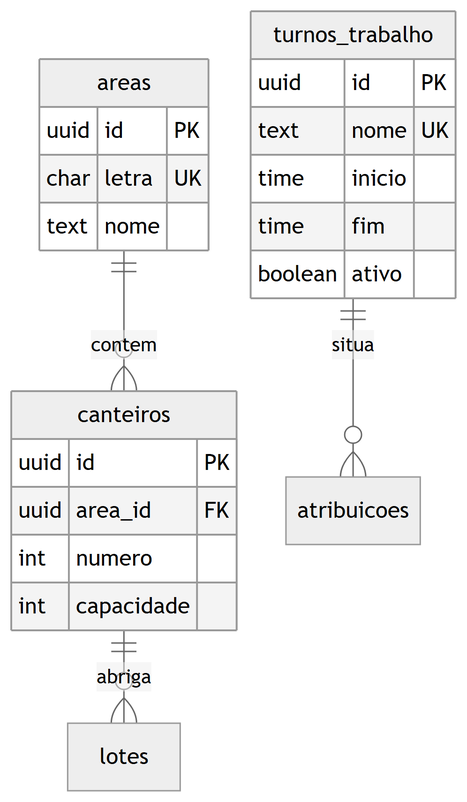
This is docs/engenharia/modelo-dados-pt/img/fig11-cadastros-viveiro.png from JoaoMudar/tcc, a Mermaid export, as it was before one commit. Its source is kept beside it as docs/engenharia/modelo-dados-pt/mmd/fig11-cadastros-viveiro.mmd.
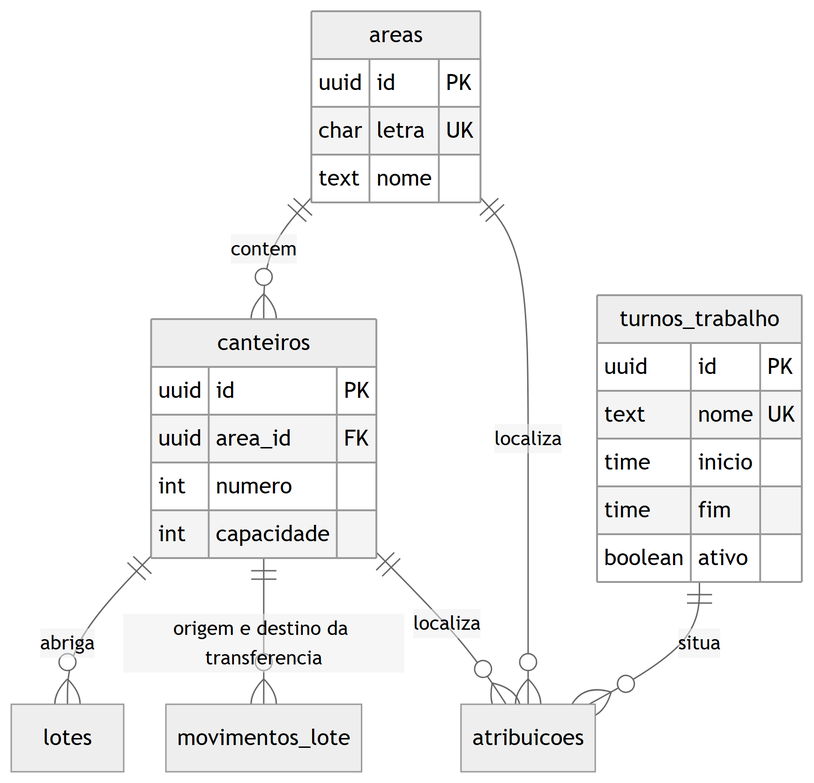
The same file after the commit.

Change to the diagram source:
```diff
@@ -19,7 +19,11 @@
   }
   lotes {}
   atribuicoes {}
+  movimentos_lote {}
 
   areas    ||--o{ canteiros   : "contem"
   canteiros||--o{ lotes       : "abriga"
   turnos_trabalho ||--o{ atribuicoes : "situa"
+  areas    ||--o{ atribuicoes : "localiza"
+  canteiros||--o{ atribuicoes : "localiza"
+  canteiros||--o{ movimentos_lote : "origem e destino da transferencia"
```
